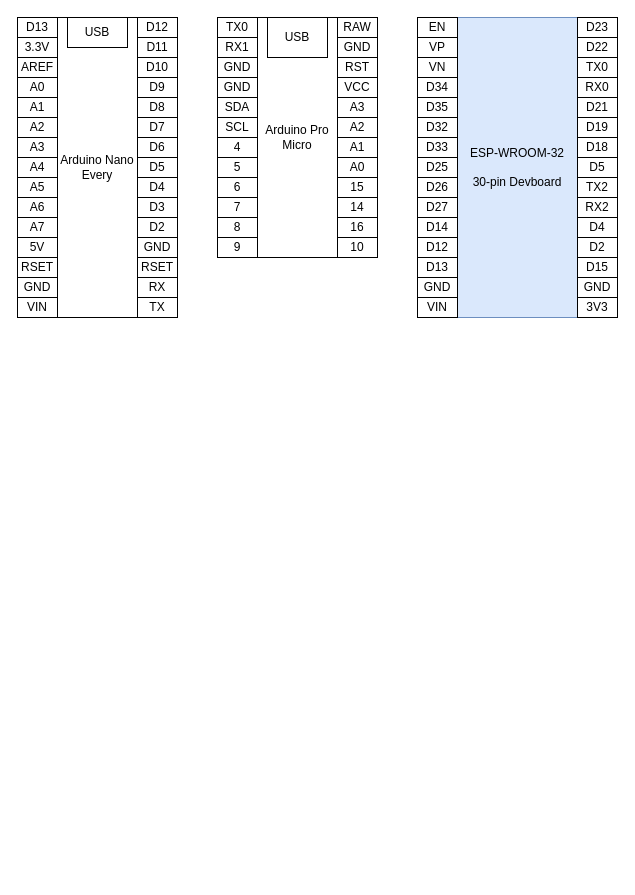
Above: page "MCUs" (1 of 2) of hardware/boards.drawio in starmaid/ref (draw.io), before the change. Source tidied: cells renumbered, new cells numbered last; positions are measured from the earlier drawing's top-left corner, leaving out a move shared by most shapes. Both pictures are drawn from the tidied source at 100%, with x=0, y=0 at pixel (17, 17).
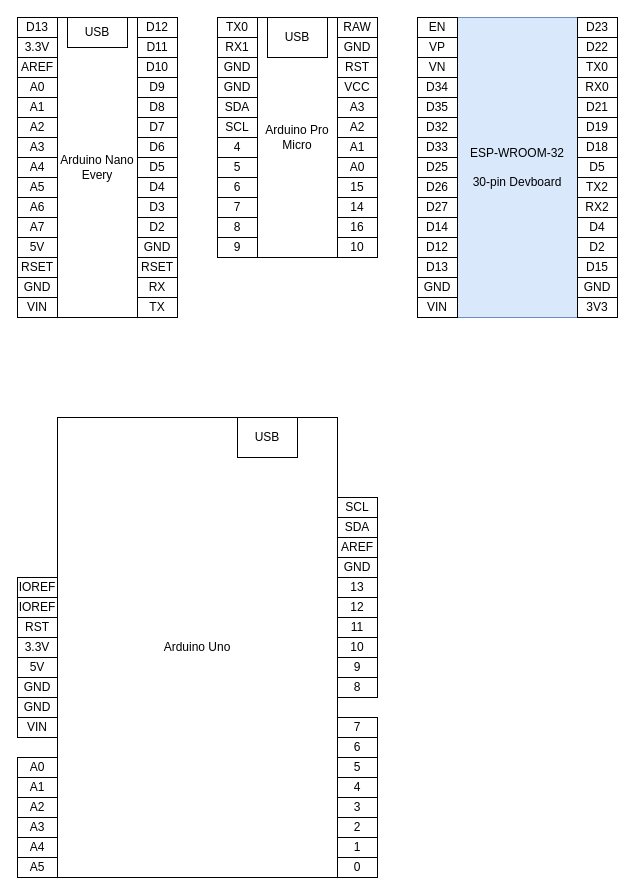
The same page after the edit.

Diff of the diagram source:
```diff
@@
+    <mxCell id="93" value="6" style="rounded=0;whiteSpace=wrap;html=1;" parent="1" vertex="1">
+      <mxGeometry x="320" y="720" width="40" height="20" as="geometry" />
+    </mxCell>
+    <mxCell id="94" value="7" style="rounded=0;whiteSpace=wrap;html=1;" parent="1" vertex="1">
+      <mxGeometry x="320" y="700" width="40" height="20" as="geometry" />
+    </mxCell>
+    <mxCell id="95" value="8" style="rounded=0;whiteSpace=wrap;html=1;" parent="1" vertex="1">
+      <mxGeometry x="320" y="660" width="40" height="20" as="geometry" />
+    </mxCell>
+    <mxCell id="96" value="9" style="rounded=0;whiteSpace=wrap;html=1;" parent="1" vertex="1">
+      <mxGeometry x="320" y="640" width="40" height="20" as="geometry" />
+    </mxCell>
+    <mxCell id="97" value="10" style="rounded=0;whiteSpace=wrap;html=1;" parent="1" vertex="1">
+      <mxGeometry x="320" y="620" width="40" height="20" as="geometry" />
+    </mxCell>
+    <mxCell id="98" value="11" style="rounded=0;whiteSpace=wrap;html=1;" parent="1" vertex="1">
+      <mxGeometry x="320" y="600" width="40" height="20" as="geometry" />
+    </mxCell>
+    <mxCell id="99" value="12" style="rounded=0;whiteSpace=wrap;html=1;" parent="1" vertex="1">
+      <mxGeometry x="320" y="580" width="40" height="20" as="geometry" />
+    </mxCell>
+    <mxCell id="100" value="13" style="rounded=0;whiteSpace=wrap;html=1;" parent="1" vertex="1">
+      <mxGeometry x="320" y="560" width="40" height="20" as="geometry" />
+    </mxCell>
+    <mxCell id="101" value="GND" style="rounded=0;whiteSpace=wrap;html=1;" parent="1" vertex="1">
+      <mxGeometry x="320" y="540" width="40" height="20" as="geometry" />
+    </mxCell>
+    <mxCell id="102" value="AREF" style="rounded=0;whiteSpace=wrap;html=1;" parent="1" vertex="1">
+      <mxGeometry x="320" y="520" width="40" height="20" as="geometry" />
+    </mxCell>
+    <mxCell id="103" value="SDA" style="rounded=0;whiteSpace=wrap;html=1;" parent="1" vertex="1">
+      <mxGeometry x="320" y="500" width="40" height="20" as="geometry" />
+    </mxCell>
+    <mxCell id="104" value="SCL" style="rounded=0;whiteSpace=wrap;html=1;" parent="1" vertex="1">
+      <mxGeometry x="320" y="480" width="40" height="20" as="geometry" />
+    </mxCell>
+    <mxCell id="105" value="Arduino Uno" style="rounded=0;whiteSpace=wrap;html=1;" parent="1" vertex="1">
+      <mxGeometry x="40" y="400" width="280" height="460" as="geometry" />
+    </mxCell>
+    <mxCell id="106" value="A3" style="rounded=0;whiteSpace=wrap;html=1;" parent="1" vertex="1">
+      <mxGeometry y="800" width="40" height="20" as="geometry" />
+    </mxCell>
+    <mxCell id="107" value="A2" style="rounded=0;whiteSpace=wrap;html=1;" parent="1" vertex="1">
+      <mxGeometry y="780" width="40" height="20" as="geometry" />
+    </mxCell>
+    <mxCell id="108" value="A1" style="rounded=0;whiteSpace=wrap;html=1;" parent="1" vertex="1">
+      <mxGeometry y="760" width="40" height="20" as="geometry" />
+    </mxCell>
+    <mxCell id="109" value="A0" style="rounded=0;whiteSpace=wrap;html=1;" parent="1" vertex="1">
+      <mxGeometry y="740" width="40" height="20" as="geometry" />
+    </mxCell>
+    <mxCell id="110" value="VIN" style="rounded=0;whiteSpace=wrap;html=1;" parent="1" vertex="1">
+      <mxGeometry y="700" width="40" height="20" as="geometry" />
+    </mxCell>
+    <mxCell id="111" value="GND" style="rounded=0;whiteSpace=wrap;html=1;" parent="1" vertex="1">
+      <mxGeometry y="680" width="40" height="20" as="geometry" />
+    </mxCell>
+    <mxCell id="112" value="GND" style="rounded=0;whiteSpace=wrap;html=1;" parent="1" vertex="1">
+      <mxGeometry y="660" width="40" height="20" as="geometry" />
+    </mxCell>
+    <mxCell id="113" value="5V" style="rounded=0;whiteSpace=wrap;html=1;" parent="1" vertex="1">
+      <mxGeometry y="640" width="40" height="20" as="geometry" />
+    </mxCell>
+    <mxCell id="114" value="3.3V" style="rounded=0;whiteSpace=wrap;html=1;" parent="1" vertex="1">
+      <mxGeometry y="620" width="40" height="20" as="geometry" />
+    </mxCell>
+    <mxCell id="115" value="RST" style="rounded=0;whiteSpace=wrap;html=1;" parent="1" vertex="1">
+      <mxGeometry y="600" width="40" height="20" as="geometry" />
+    </mxCell>
+    <mxCell id="116" value="IOREF" style="rounded=0;whiteSpace=wrap;html=1;" parent="1" vertex="1">
+      <mxGeometry y="580" width="40" height="20" as="geometry" />
+    </mxCell>
+    <mxCell id="117" value="IOREF" style="rounded=0;whiteSpace=wrap;html=1;" parent="1" vertex="1">
+      <mxGeometry y="560" width="40" height="20" as="geometry" />
+    </mxCell>
+    <mxCell id="118" value="USB" style="rounded=0;whiteSpace=wrap;html=1;" parent="1" vertex="1">
+      <mxGeometry x="220" y="400" width="60" height="40" as="geometry" />
+    </mxCell>
+    <mxCell id="119" value="A5" style="rounded=0;whiteSpace=wrap;html=1;" parent="1" vertex="1">
+      <mxGeometry y="840" width="40" height="20" as="geometry" />
+    </mxCell>
+    <mxCell id="120" value="A4" style="rounded=0;whiteSpace=wrap;html=1;" parent="1" vertex="1">
+      <mxGeometry y="820" width="40" height="20" as="geometry" />
+    </mxCell>
+    <mxCell id="121" value="4" style="rounded=0;whiteSpace=wrap;html=1;" parent="1" vertex="1">
+      <mxGeometry x="320" y="760" width="40" height="20" as="geometry" />
+    </mxCell>
+    <mxCell id="122" value="5" style="rounded=0;whiteSpace=wrap;html=1;" parent="1" vertex="1">
+      <mxGeometry x="320" y="740" width="40" height="20" as="geometry" />
+    </mxCell>
+    <mxCell id="123" value="2" style="rounded=0;whiteSpace=wrap;html=1;" parent="1" vertex="1">
+      <mxGeometry x="320" y="800" width="40" height="20" as="geometry" />
+    </mxCell>
+    <mxCell id="124" value="3" style="rounded=0;whiteSpace=wrap;html=1;" parent="1" vertex="1">
+      <mxGeometry x="320" y="780" width="40" height="20" as="geometry" />
+    </mxCell>
+    <mxCell id="125" value="0" style="rounded=0;whiteSpace=wrap;html=1;" parent="1" vertex="1">
+      <mxGeometry x="320" y="840" width="40" height="20" as="geometry" />
+    </mxCell>
+    <mxCell id="126" value="1" style="rounded=0;whiteSpace=wrap;html=1;" parent="1" vertex="1">
+      <mxGeometry x="320" y="820" width="40" height="20" as="geometry" />
+    </mxCell>
```
